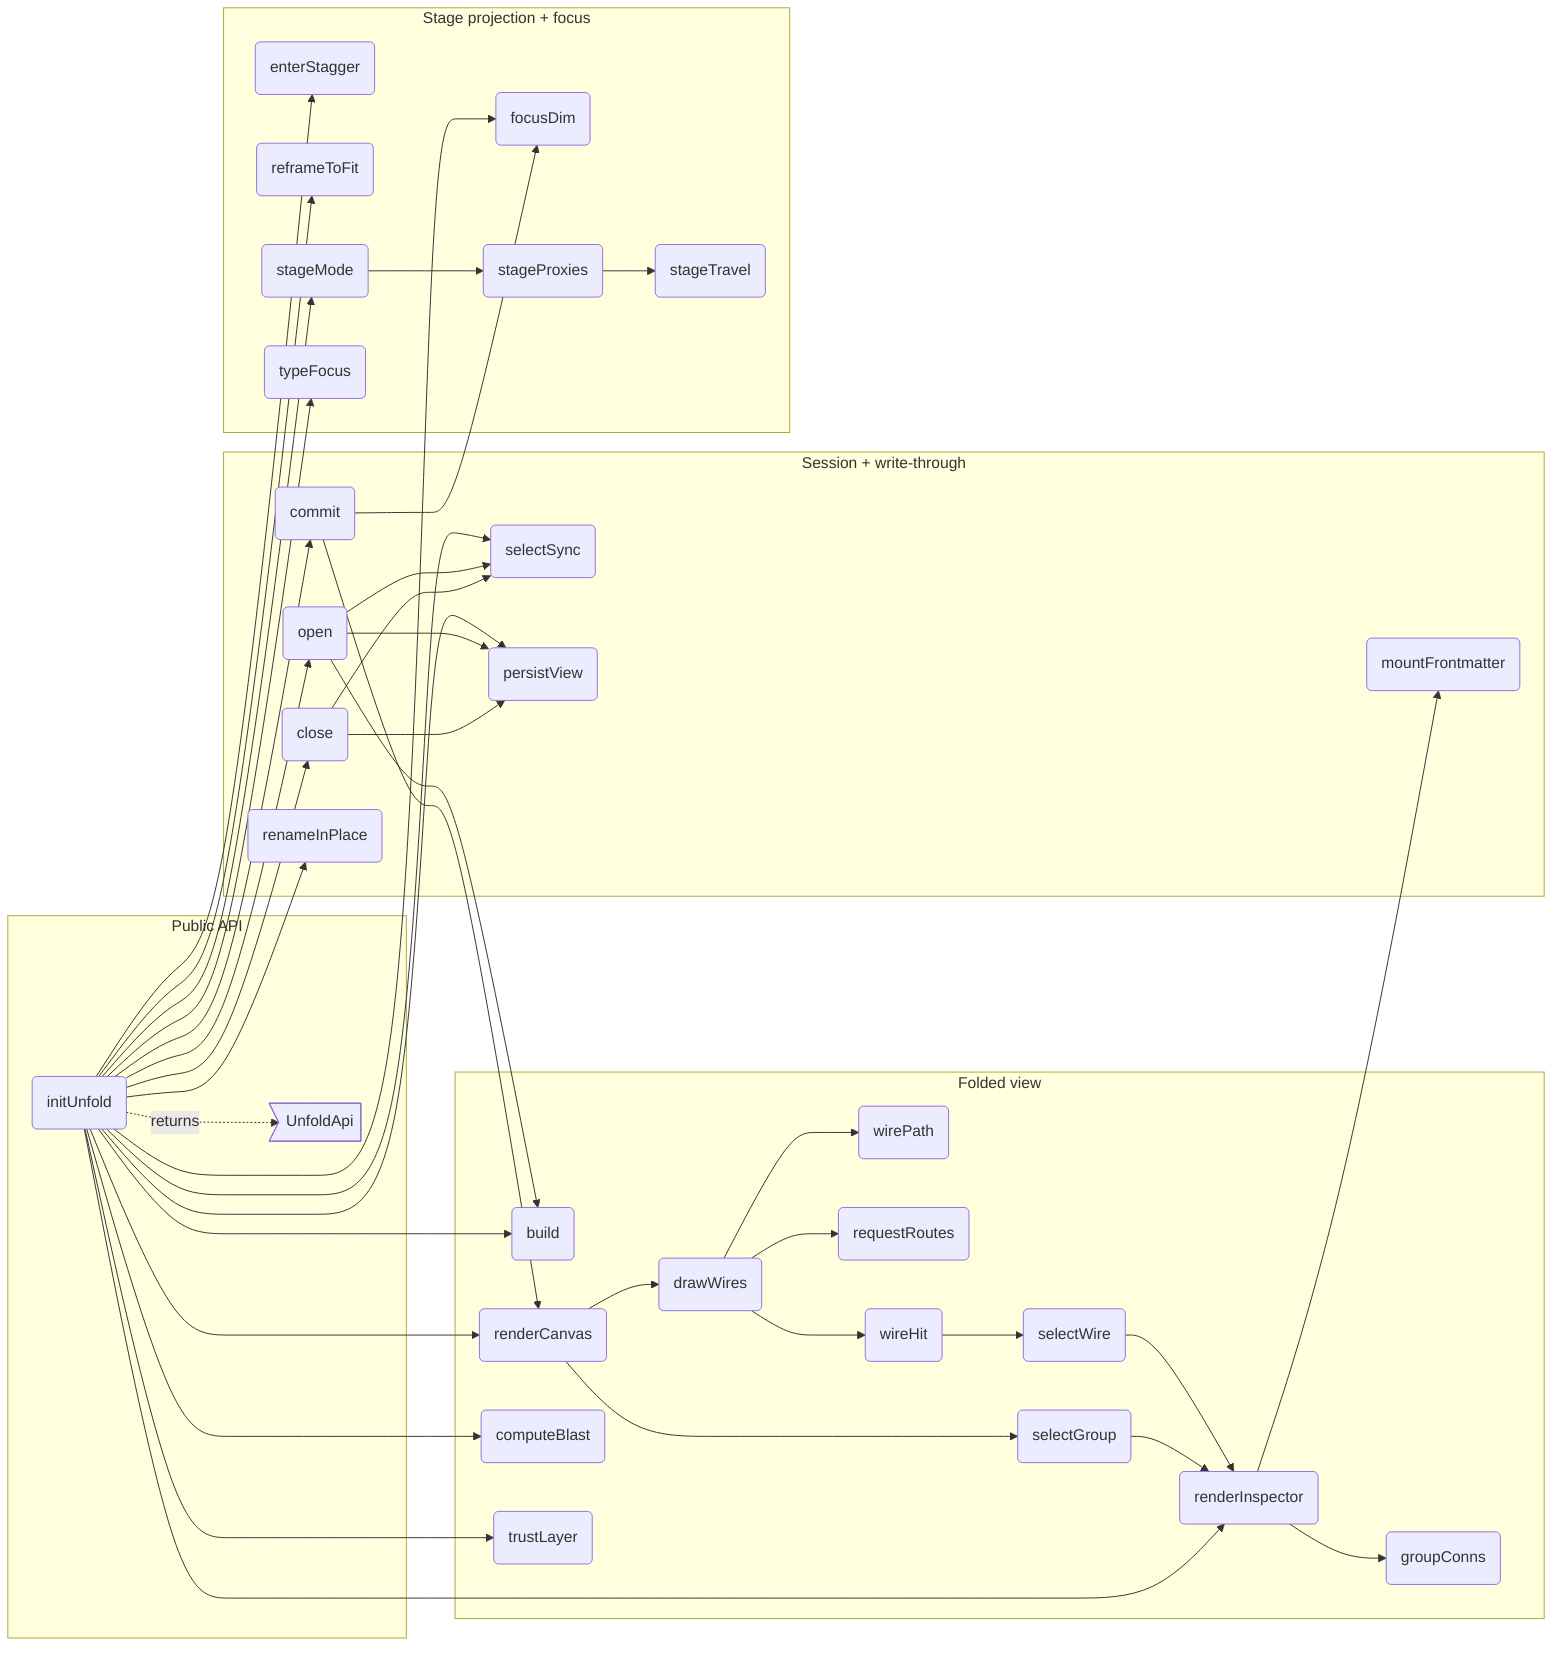
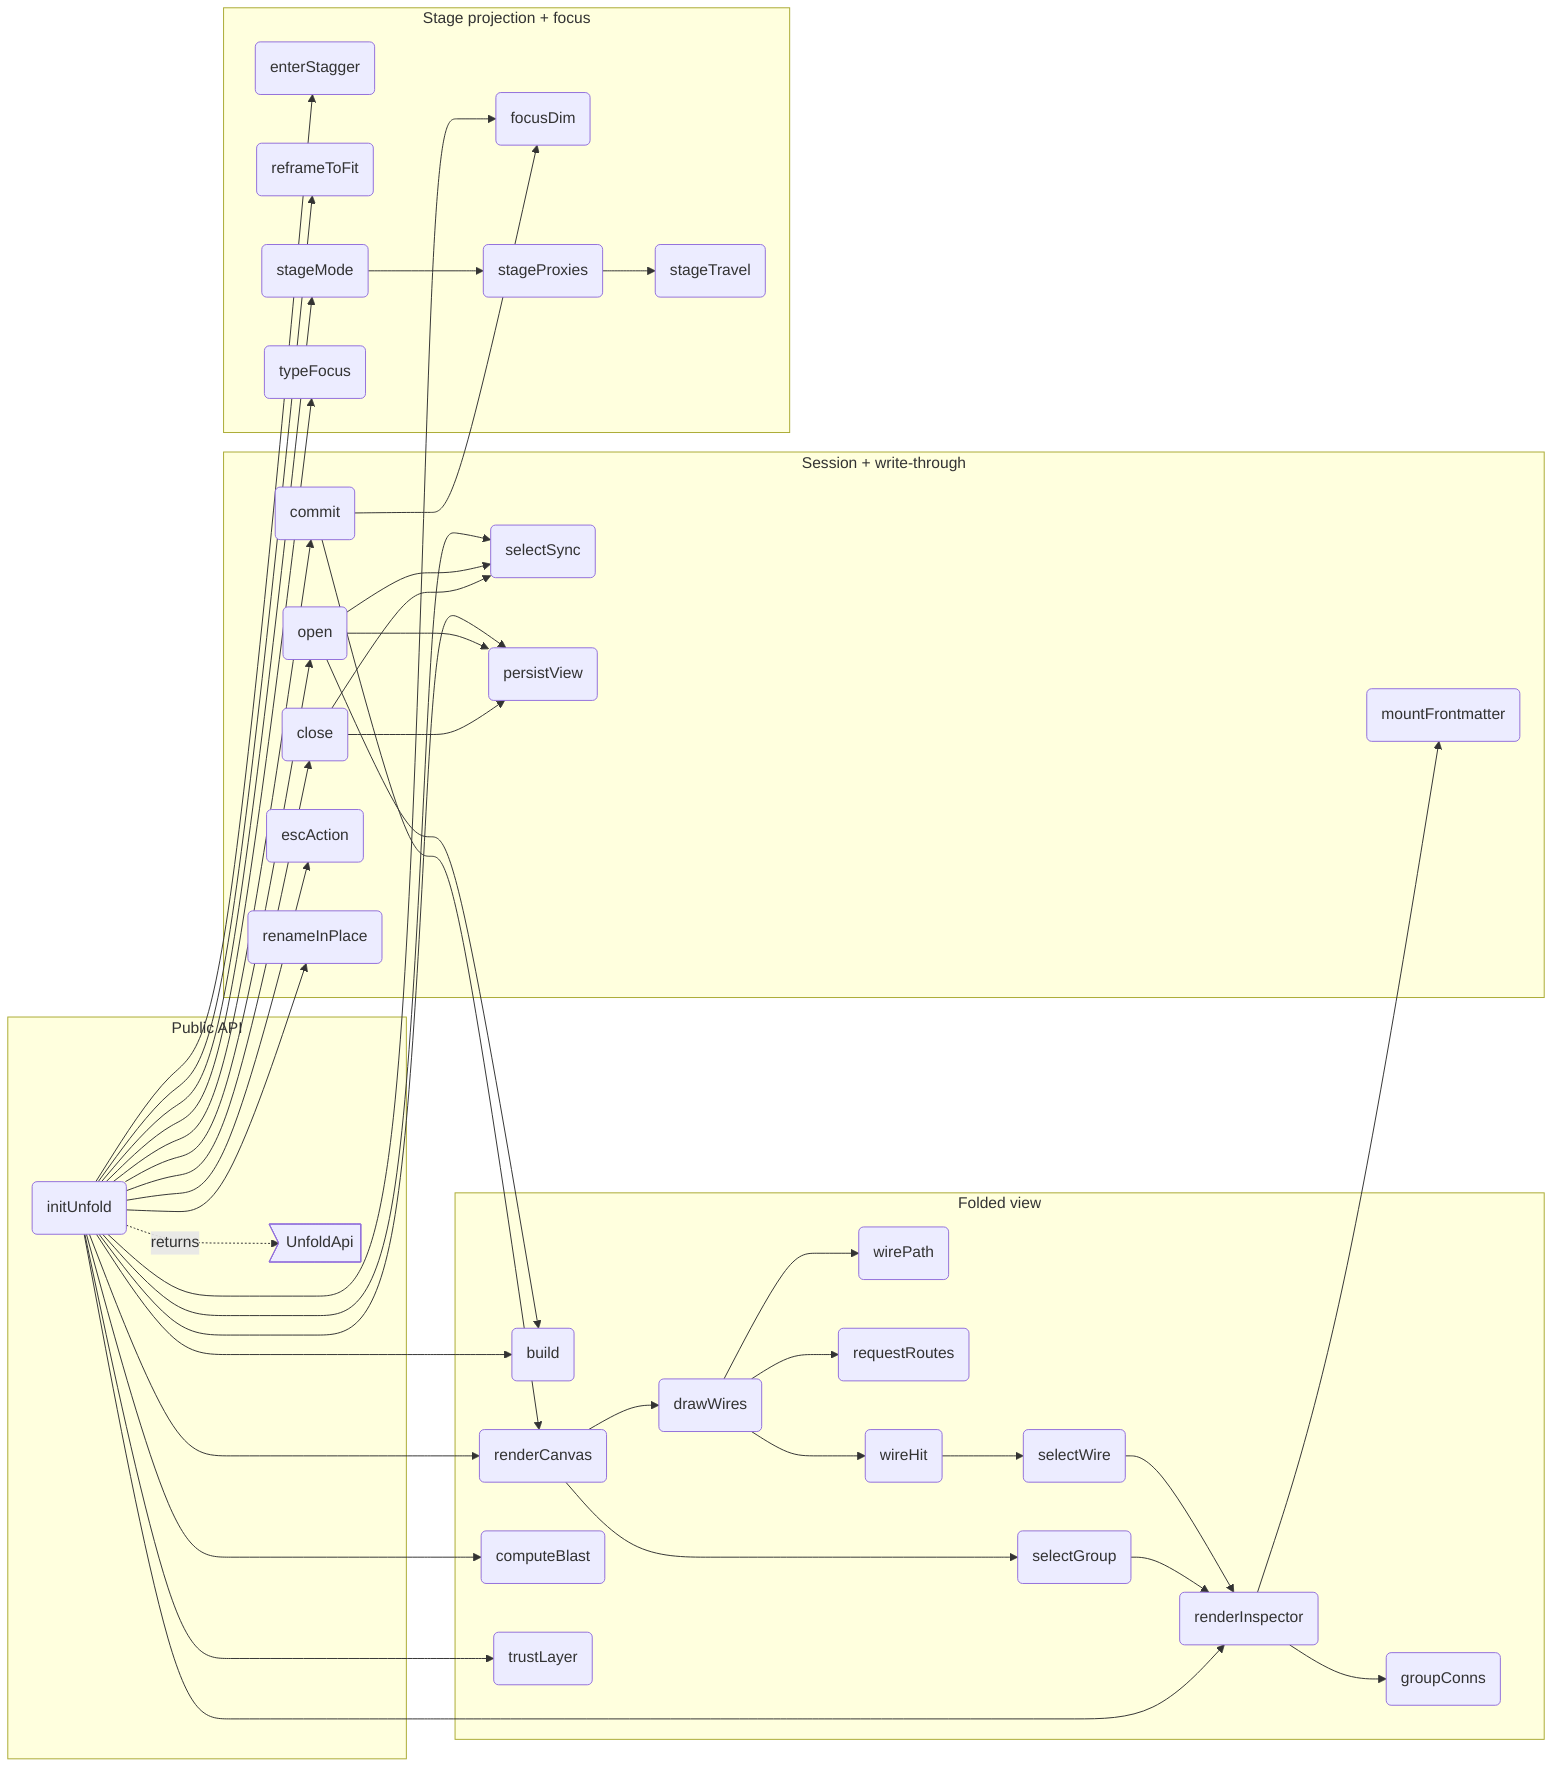
flowchart LR
%% root unfold

%% src UnfoldApi src/panel/unfold.ts#UnfoldApi
%% kind UnfoldApi type
%% fm:meta UnfoldApi name=UnfoldApi
%% fm:meta UnfoldApi desc=public surface: open, close, toggle

%% src initUnfold src/panel/unfold.ts#initUnfold
%% kind initUnfold function
%% fm:meta initUnfold name=initUnfold
- %% fm:meta initUnfold desc=build the reading-mode overlay (own DOM + own CSS, the planner isolation pattern) bound to ctx; reads ctx.state + ctx.bodies, writes only through the shared hooks path
+ %% fm:meta initUnfold desc=build the primary surface (own DOM + own CSS, the planner isolation pattern) bound to ctx; reads ctx.state + ctx.bodies, writes only through the shared hooks path; the dock carries a temporary legacy-compare affordance instead of a ✕ (M4 correction)
%% fm:meta initUnfold i0.name=initUnfold
%% fm:meta initUnfold i0.accepts=ctx: AppContext
%% fm:meta initUnfold i0.accepts=deps: { selection: SelectionApi; camera: CameraApi }
%% fm:meta initUnfold i0.returns=UnfoldApi

%% src ufBuild src/panel/unfold.ts#build
%% kind ufBuild function
%% fm:meta ufBuild name=build
%% fm:meta ufBuild desc=derive the folded units from ctx.state on every open: live parent wins, else the flowmap mod__rest drill convention; de-dup edges, fan-in
%% fm:meta ufBuild i0.name=build
%% fm:meta ufBuild i0.returns=void

%% src ufRenderCanvas src/panel/unfold.ts#renderCanvas
%% kind ufRenderCanvas function
%% fm:meta ufRenderCanvas name=renderCanvas
%% fm:meta ufRenderCanvas desc=render the containment roots as nested flex cards/groups; only expanded containers show their children
%% fm:meta ufRenderCanvas i0.name=renderCanvas
%% fm:meta ufRenderCanvas i0.returns=void

%% src ufDrawWires src/panel/unfold.ts#drawWires
%% kind ufDrawWires function
%% fm:meta ufDrawWires name=drawWires
%% fm:meta ufDrawWires desc=orthogonal wires aggregated to the visible representatives, gated by the calls/deps layers, painted above the group surfaces
%% fm:meta ufDrawWires i0.name=drawWires
%% fm:meta ufDrawWires i0.returns=void

%% src ufComputeBlast src/panel/unfold.ts#computeBlast
%% kind ufComputeBlast function
%% fm:meta ufComputeBlast name=computeBlast
%% fm:meta ufComputeBlast desc=reverse-BFS the transitive dependents of the selection and map them to visible cards with min hop distance
%% fm:meta ufComputeBlast i0.name=computeBlast
%% fm:meta ufComputeBlast i0.returns=void

%% src ufRenderInspector src/panel/unfold.ts#renderInspector
%% kind ufRenderInspector function
%% fm:meta ufRenderInspector name=renderInspector
%% fm:meta ufRenderInspector desc=empty until selection; then kind, crumbs, desc, interfaces, blast count, connections, and the real source body from ctx.bodies
%% fm:meta ufRenderInspector i0.name=renderInspector
%% fm:meta ufRenderInspector i0.returns=void

%% src ufEnterStagger src/panel/unfold.ts#enterStagger
%% kind ufEnterStagger function
%% fm:meta ufEnterStagger name=enterStagger
%% fm:meta ufEnterStagger desc=staggered fade-up entrance for newly-revealed cards (~55ms stagger, ~650ms expo ease); wires draw themselves in only after their cards land
%% fm:meta ufEnterStagger i0.name=enterStagger
%% fm:meta ufEnterStagger i0.returns=void

%% src ufFocusDim src/panel/unfold.ts#focusDim
%% kind ufFocusDim function
%% fm:meta ufFocusDim name=focusDim
%% fm:meta ufFocusDim desc=focus illumination without rebuild: selection glows, 1-hop neighbours stay lit, its wires carry the flow animation, everything else dims
%% fm:meta ufFocusDim i0.name=focusDim
%% fm:meta ufFocusDim i0.returns=void

%% src ufReframe src/panel/unfold.ts#reframeToFit
%% kind ufReframe function
%% fm:meta ufReframe name=reframeToFit
%% fm:meta ufReframe desc=after every structural change the world transform-scales so all visible content fits, animated ~900ms expo ease — the canvas breathes instead of demanding travel
%% fm:meta ufReframe i0.name=reframeToFit
%% fm:meta ufReframe i0.returns=void

%% src ufStageMode src/panel/unfold.ts#stageMode
%% kind ufStageMode function
%% fm:meta ufStageMode name=stageMode
%% fm:meta ufStageMode desc=second projection of the same graph: the focused group renders center-stage at readable size while the explore world blurs and fades behind; exit restores explore state exactly
%% fm:meta ufStageMode i0.name=stageMode
%% fm:meta ufStageMode i0.accepts=gid: string | null
%% fm:meta ufStageMode i0.returns=void

%% src ufProxies src/panel/unfold.ts#stageProxies
%% kind ufProxies function
%% fm:meta ufProxies name=stageProxies
%% fm:meta ufProxies desc=external edges aggregate per target container into pill proxies on a ring; each pill's angle is the TRUE angle between group centroids in ctx.state positions
%% fm:meta ufProxies i0.name=stageProxies
%% fm:meta ufProxies i0.returns=void

%% src ufTravel src/panel/unfold.ts#stageTravel
%% kind ufTravel function
%% fm:meta ufTravel name=stageTravel
%% fm:meta ufTravel desc=peek then travel: the target group slides onto stage FROM its direction; the origin becomes a reciprocal-direction proxy automatically since both derive from the same centroids
%% fm:meta ufTravel i0.name=stageTravel
%% fm:meta ufTravel i0.accepts=target: string
%% fm:meta ufTravel i0.accepts=fromAngle: number
%% fm:meta ufTravel i0.returns=void

%% src ufTypeFocus src/panel/unfold.ts#typeFocus
%% kind ufTypeFocus function
%% fm:meta ufTypeFocus name=typeFocus
%% fm:meta ufTypeFocus desc=click a type in a frontmatter card and every module whose interface carries that type lights across the surface; the inspector lists the carriers, derived from ctx.state
%% fm:meta ufTypeFocus i0.name=typeFocus
%% fm:meta ufTypeFocus i0.accepts=t: string | null
%% fm:meta ufTypeFocus i0.returns=void

%% src ufCommit src/panel/unfold.ts#commit
%% kind ufCommit function
%% fm:meta ufCommit name=commit
%% fm:meta ufCommit desc=the ONLY view-mutation entry (M3): apply the pure reduceView to the spec, install the result frozen, then paint the per-action render subset — no handler touches view state or the DOM directly
%% fm:meta ufCommit i0.name=commit
%% fm:meta ufCommit i0.accepts=a: ViewAction
%% fm:meta ufCommit i0.returns=void

%% src ufSelectSync src/panel/unfold.ts#selectSync
%% kind ufSelectSync function
%% fm:meta ufSelectSync name=selectSync
%% fm:meta ufSelectSync desc=selection survives the mode boundary: seed SEL from the editor selection on open; hand the reading selection back (selectOnly + zoomToNode via deps) on close — no new state, one shared selection
%% fm:meta ufSelectSync i0.name=selectSync
%% fm:meta ufSelectSync i0.accepts=dir: 'open' | 'close'
%% fm:meta ufSelectSync i0.returns=void

%% src ufPersistView src/panel/unfold.ts#persistView
%% kind ufPersistView function
%% fm:meta ufPersistView name=persistView
%% fm:meta ufPersistView desc=the reading session persists per diagram (sorted containment roots as identity) as the full v1 ViewSpec; load goes through normalizeViewSpec and applies the durable trio (expanded/hidden/layers) — a pre-M3 stored entry is a valid subset, migration is branch-free
%% fm:meta ufPersistView i0.name=persistView
%% fm:meta ufPersistView i0.accepts=dir: 'save' | 'load'
%% fm:meta ufPersistView i0.returns=void

%% src ufOpen src/panel/unfold.ts#open
%% kind ufOpen function
%% fm:meta ufOpen name=open
- %% fm:meta ufOpen desc=enter the reading surface: rebuild units from ctx.state, restore the per-diagram ViewSpec, sync selection in, show the overlay — and record the surface choice ('read' under SURFACE_KEY, M4) so boot is sticky
+ %% fm:meta ufOpen desc=enter the primary surface: rebuild units from ctx.state, restore the per-diagram ViewSpec, sync selection in, show the overlay — no surface choice is recorded, unfold is home (M4 correction)
%% fm:meta ufOpen i0.name=open
%% fm:meta ufOpen i0.returns=void

%% src ufClose src/panel/unfold.ts#close
%% kind ufClose function
%% fm:meta ufClose name=close
- %% fm:meta ufClose desc=leave the reading surface for the editor: save the ViewSpec, hand the selection back, hide the overlay — and record the surface choice ('edit' under SURFACE_KEY, M4); called by the dock ✕ and the outermost Escape
+ %% fm:meta ufClose desc=leave unfold for the legacy-compare view (temporary, until M5 parity deletes the canvas): save the ViewSpec, hand the selection back, hide the overlay — invoked ONLY by the explicit compare affordance; no surface choice is recorded, no ✕ and no Esc route here (M4 correction)
%% fm:meta ufClose i0.name=close
%% fm:meta ufClose i0.returns=void
+ 
+ %% src ufEscAction src/panel/unfold-esc.ts#ufEscAction
+ %% kind ufEscAction function
+ %% fm:meta ufEscAction name=escAction
+ %% fm:meta ufEscAction desc=pure Esc-chain decision for the primary surface: priority order focusType > selWire > stage > sel > query, and 'none' at the bottom — Escape never exits unfold (the old close() branch is gone by design, M4 correction)
+ %% fm:meta ufEscAction i0.name=ufEscAction
+ %% fm:meta ufEscAction i0.accepts=s: { focusType: boolean; selWire: boolean; stage: boolean; sel: boolean; query: boolean }
+ %% fm:meta ufEscAction i0.returns='clearTypeFocus' | 'deselectWire' | 'exitStage' | 'selectGroup' | 'clearQuery' | 'none'

%% src ufTrustLayer src/panel/unfold.ts#trustLayer
%% kind ufTrustLayer function
%% fm:meta ufTrustLayer name=trustLayer
%% fm:meta ufTrustLayer desc=trust layer with an OPTIONAL advisory source: same-origin edge-advisory-allowlist.txt when present, a Load button otherwise; absent source = layer disabled, never wrong — advisory edges dash amber, advisory descs are marked
%% fm:meta ufTrustLayer i0.name=trustLayer
%% fm:meta ufTrustLayer i0.returns=void

%% src ufWirePath src/panel/unfold.ts#wirePath
%% kind ufWirePath function
%% fm:meta ufWirePath name=wirePath
%% fm:meta ufWirePath desc=one wire geometry, not two: reading-mode wires from the app's real port-side geometry (core/state portPos + bestSides) and the render/wires elbow path — replaces the local orthoPath
%% fm:meta ufWirePath i0.name=wirePath
%% fm:meta ufWirePath i0.accepts=a: Box
%% fm:meta ufWirePath i0.accepts=b: Box
%% fm:meta ufWirePath i0.returns=string

%% src ufRequestRoutes src/panel/unfold.ts#requestRoutes
%% kind ufRequestRoutes function
%% fm:meta ufRequestRoutes name=requestRoutes
%% fm:meta ufRequestRoutes desc=obstacle-avoided wire routes for reading mode via the shared libavoid worker (render/avoidRouter routeGraph): elbows paint first, routed polylines upgrade them when the reply lands; a layout signature drops stale replies
%% fm:meta ufRequestRoutes i0.name=requestRoutes
%% fm:meta ufRequestRoutes i0.accepts=pos: Record<string, Box>
%% fm:meta ufRequestRoutes i0.accepts=pairs: { a: string; b: string }[]
%% fm:meta ufRequestRoutes i0.returns=void

%% src ufSelectWire src/panel/unfold.ts#selectWire
%% kind ufSelectWire function
%% fm:meta ufSelectWire name=selectWire
%% fm:meta ufSelectWire desc=a wire is a first-class selectable (legacy-editor parity): select an aggregated wire by its rendered rep pair, clearing node/type focus; re-click deselects; the inspector shows endpoints, kind, weight and every underlying model relation
%% fm:meta ufSelectWire i0.name=selectWire
%% fm:meta ufSelectWire i0.accepts=a: string
%% fm:meta ufSelectWire i0.accepts=b: string
%% fm:meta ufSelectWire i0.returns=void

%% src ufWireHit src/panel/unfold.ts#wireHit
%% kind ufWireHit function
%% fm:meta ufWireHit name=wireHit
%% fm:meta ufWireHit desc=append an invisible wide hit path over a drawn wire in either projection: click selects the wire, hover pre-lights it — excluded from stage panning so pointer capture never eats the click
%% fm:meta ufWireHit i0.name=wireHit
%% fm:meta ufWireHit i0.accepts=vis: SVGPathElement
%% fm:meta ufWireHit i0.accepts=d: string
%% fm:meta ufWireHit i0.accepts=a: string
%% fm:meta ufWireHit i0.accepts=b: string
%% fm:meta ufWireHit i0.accepts=host: SVGSVGElement
%% fm:meta ufWireHit i0.returns=void

%% src ufSelectGroup src/panel/unfold.ts#selectGroup
%% kind ufSelectGroup function
%% fm:meta ufSelectGroup name=selectGroup
%% fm:meta ufSelectGroup desc=a group is a first-class selectable (U6): select + inspect, never stage (U8 deferred) — clears wire/type focus, relights, re-renders tree + inspector in either projection
%% fm:meta ufSelectGroup i0.name=selectGroup
%% fm:meta ufSelectGroup i0.accepts=id: string
%% fm:meta ufSelectGroup i0.returns=void

%% src ufGroupConns src/panel/unfold.ts#groupConns
%% kind ufGroupConns function
%% fm:meta ufGroupConns name=groupConns
%% fm:meta ufGroupConns desc=external connections of a container: every edge with exactly one endpoint inside the subtree, aggregated to the coarsest foreign container and weight-summed — the same aggregation grammar as the stage pills
%% fm:meta ufGroupConns i0.name=groupConns
%% fm:meta ufGroupConns i0.accepts=id: string
%% fm:meta ufGroupConns i0.returns={ uses: [string, number][]; usedBy: [string, number][] }

%% src ufRenameInPlace src/panel/unfold.ts#renameInPlace
%% kind ufRenameInPlace function
%% fm:meta ufRenameInPlace name=renameInPlace
%% fm:meta ufRenameInPlace desc=inline rename on the selected card (Enter / double-click on selected), writing through the existing model path — mutate ctx.state then hooks render + sync + pushHistory + persist, never a private write path
%% fm:meta ufRenameInPlace i0.name=renameInPlace
%% fm:meta ufRenameInPlace i0.accepts=id: string
%% fm:meta ufRenameInPlace i0.returns=void

%% src ufMountFrontmatter src/panel/unfold.ts#mountFrontmatter
%% kind ufMountFrontmatter function
%% fm:meta ufMountFrontmatter name=mountFrontmatter
%% fm:meta ufMountFrontmatter desc=mount the app's frontmatter editor (panel/inspector-frontmatter) for the selected node inside the reading inspector — the same hooks write path as renameInPlace; commits re-derive the folded view
%% fm:meta ufMountFrontmatter i0.name=mountFrontmatter
%% fm:meta ufMountFrontmatter i0.accepts=host: HTMLElement
%% fm:meta ufMountFrontmatter i0.accepts=id: string
%% fm:meta ufMountFrontmatter i0.returns=void

%% parent uf_api unfold
%% parent uf_view unfold
%% parent uf_stage unfold
%% parent uf_session unfold

  subgraph uf_api ["Public API"]
    initUnfold("initUnfold")
    UnfoldApi>"UnfoldApi"]
  end
  subgraph uf_view ["Folded view"]
    ufBuild("build")
    ufRenderCanvas("renderCanvas")
    ufDrawWires("drawWires")
    ufWirePath("wirePath")
    ufRequestRoutes("requestRoutes")
    ufWireHit("wireHit")
    ufSelectWire("selectWire")
    ufSelectGroup("selectGroup")
    ufGroupConns("groupConns")
    ufComputeBlast("computeBlast")
    ufRenderInspector("renderInspector")
    ufTrustLayer("trustLayer")
  end
  subgraph uf_session ["Session + write-through"]
    ufCommit("commit")
    ufOpen("open")
    ufClose("close")
+     ufEscAction("escAction")
    ufSelectSync("selectSync")
    ufPersistView("persistView")
    ufRenameInPlace("renameInPlace")
    ufMountFrontmatter("mountFrontmatter")
  end
  subgraph uf_stage ["Stage projection + focus"]
    ufEnterStagger("enterStagger")
    ufFocusDim("focusDim")
    ufReframe("reframeToFit")
    ufStageMode("stageMode")
    ufProxies("stageProxies")
    ufTravel("stageTravel")
    ufTypeFocus("typeFocus")
  end

  initUnfold -.->|returns| UnfoldApi
  initUnfold --> ufBuild
  initUnfold --> ufRenderCanvas
  ufRenderCanvas --> ufDrawWires
  ufDrawWires --> ufWirePath
  ufDrawWires --> ufRequestRoutes
  ufDrawWires --> ufWireHit
  ufWireHit --> ufSelectWire
  ufSelectWire --> ufRenderInspector
  ufRenderCanvas --> ufSelectGroup
  ufSelectGroup --> ufRenderInspector
  ufRenderInspector --> ufGroupConns
  initUnfold --> ufComputeBlast
  initUnfold --> ufRenderInspector
  initUnfold --> ufTrustLayer
  initUnfold --> ufCommit
  ufCommit --> ufRenderCanvas
  ufCommit --> ufFocusDim
  initUnfold --> ufSelectSync
  initUnfold --> ufPersistView
  initUnfold --> ufOpen
  initUnfold --> ufClose
  ufOpen --> ufBuild
  ufOpen --> ufPersistView
  ufOpen --> ufSelectSync
  ufClose --> ufPersistView
  ufClose --> ufSelectSync
  initUnfold --> ufRenameInPlace
  ufRenderInspector --> ufMountFrontmatter
  initUnfold --> ufEnterStagger
  initUnfold --> ufFocusDim
  initUnfold --> ufReframe
  initUnfold --> ufTypeFocus
  initUnfold --> ufStageMode
  ufStageMode --> ufProxies
  ufProxies --> ufTravel
+   initUnfold --> ufEscAction
